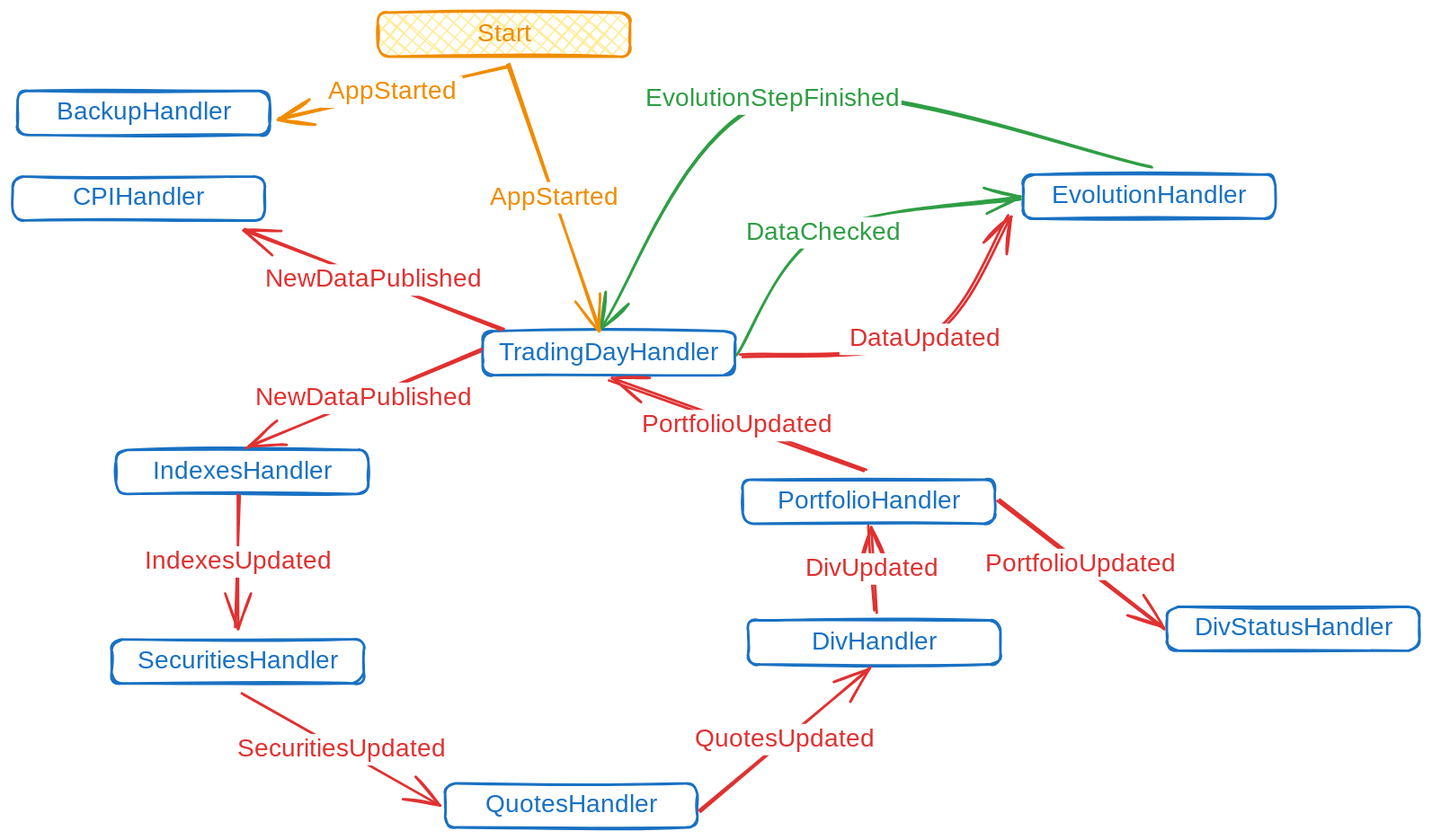
This is docs/.excalidraw.svg from WLM1ke/poptimizer, a Excalidraw export, as it was before one commit. Source tidied: one line per element, renumbered; positions are measured from the earlier drawing's top-left corner, leaving out a move shared by most shapes.
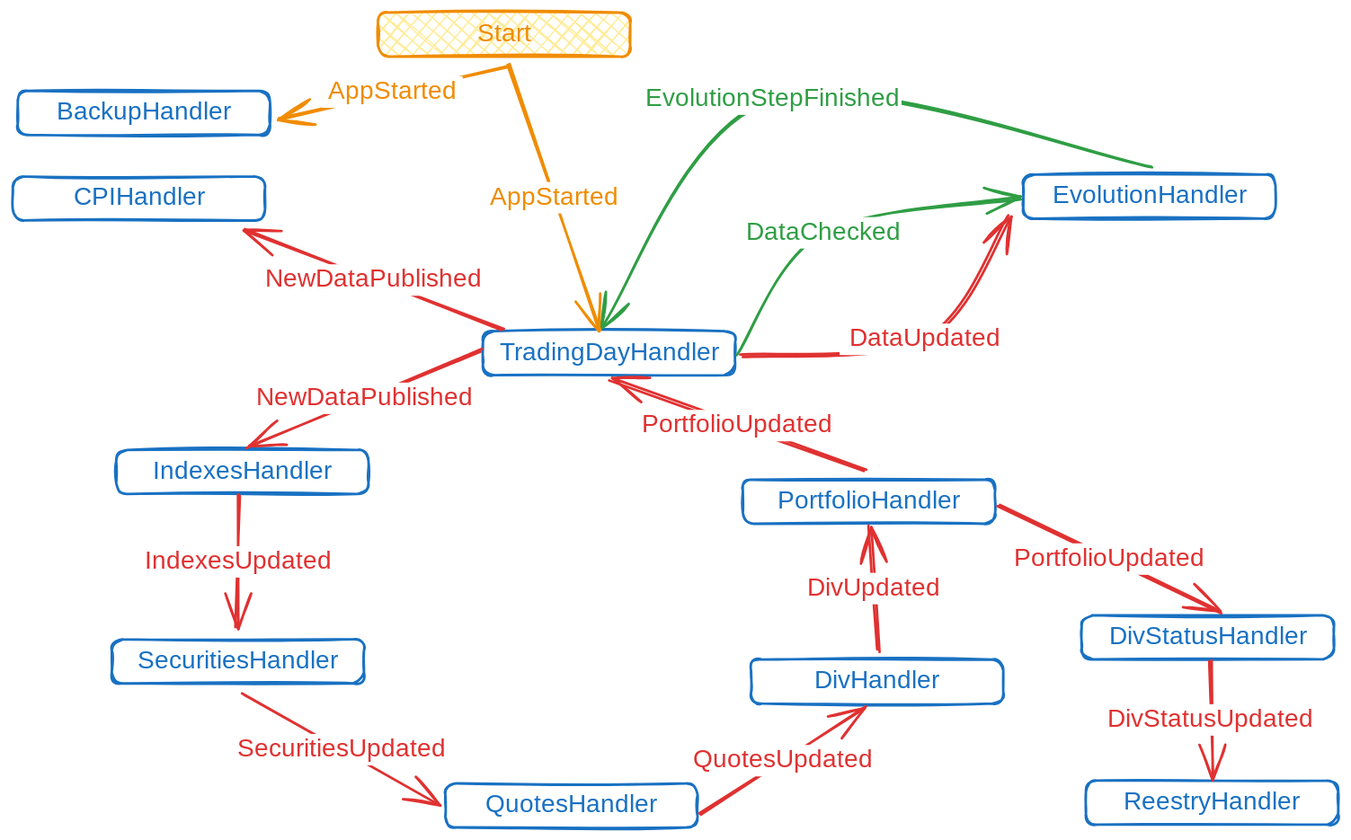
Above is the later version.

The edit, as a diff of the source:
```diff
@@ -32,17 +32,21 @@
 {"id": 31, "type": "text", "text": "AppStarted", "strokeColor": "#f08c00", "strokeWidth": 2, "roughness": 1, "fontSize": 20, "fontFamily": 1, "textAlign": "center", "verticalAlign": "middle", "inside": 30, "x": 374, "y": 135, "width": 112, "height": 25}
 {"id": 32, "type": "arrow", "strokeColor": "#f08c00", "strokeWidth": 2, "roughness": 1, "endArrowhead": "arrow", "round": true, "from": 28, "to": 26, "x": 393, "y": 42, "width": 182, "height": 42, "points": [[0, 0], [-182, 42]]}
 {"id": 33, "type": "text", "text": "AppStarted", "strokeColor": "#f08c00", "strokeWidth": 2, "roughness": 1, "fontSize": 20, "fontFamily": 1, "textAlign": "center", "verticalAlign": "middle", "inside": 32, "x": 262, "y": 47, "width": 112, "height": 25}
-{"id": 34, "type": "rectangle", "strokeColor": "#1971c2", "strokeWidth": 2, "roughness": 1, "round": true, "x": 585, "y": 483, "width": 200, "height": 35}
+{"id": 34, "type": "rectangle", "strokeColor": "#1971c2", "strokeWidth": 2, "roughness": 1, "round": true, "x": 587, "y": 514, "width": 200, "height": 35}
-{"id": 35, "type": "text", "text": "DivHandler", "strokeColor": "#1971c2", "strokeWidth": 2, "roughness": 1, "fontSize": 20, "fontFamily": 1, "textAlign": "center", "verticalAlign": "middle", "inside": 34, "x": 635, "y": 488, "width": 100, "height": 25}
+{"id": 35, "type": "text", "text": "DivHandler", "strokeColor": "#1971c2", "strokeWidth": 2, "roughness": 1, "fontSize": 20, "fontFamily": 1, "textAlign": "center", "verticalAlign": "middle", "inside": 34, "x": 637, "y": 519, "width": 100, "height": 25}
-{"id": 36, "type": "arrow", "strokeColor": "#e03131", "strokeWidth": 2, "roughness": 1, "endArrowhead": "arrow", "round": true, "from": 22, "to": 34, "x": 546, "y": 636, "width": 135, "height": 115, "points": [[0, 0], [135, -115]]}
+{"id": 36, "type": "arrow", "strokeColor": "#e03131", "strokeWidth": 2, "roughness": 1, "endArrowhead": "arrow", "round": true, "from": 22, "to": 34, "x": 546, "y": 638, "width": 132, "height": 86, "points": [[0, 0], [132, -86]]}
 {"id": 37, "type": "text", "text": "QuotesUpdated", "strokeColor": "#e03131", "strokeWidth": 2, "roughness": 1, "fontSize": 20, "fontFamily": 1, "textAlign": "center", "verticalAlign": "middle", "inside": 36, "x": 563, "y": 553, "width": 152, "height": 25}
 {"id": 38, "type": "rectangle", "strokeColor": "#1971c2", "strokeWidth": 2, "roughness": 1, "round": true, "x": 580, "y": 372, "width": 200, "height": 35}
 {"id": 39, "type": "text", "text": "PortfolioHandler", "strokeColor": "#1971c2", "strokeWidth": 2, "roughness": 1, "fontSize": 20, "fontFamily": 1, "textAlign": "center", "verticalAlign": "middle", "inside": 38, "x": 603, "y": 377, "width": 156, "height": 25}
-{"id": 40, "type": "arrow", "strokeColor": "#e03131", "strokeWidth": 2, "roughness": 1, "endArrowhead": "arrow", "round": true, "from": 34, "to": 38, "x": 685, "y": 477, "width": 5, "height": 68, "points": [[0, 0], [-5, -68]]}
+{"id": 40, "type": "arrow", "strokeColor": "#e03131", "strokeWidth": 2, "roughness": 1, "endArrowhead": "arrow", "round": true, "from": 34, "to": 38, "x": 688, "y": 508, "width": 7, "height": 99, "points": [[0, 0], [-7, -99]]}
 {"id": 41, "type": "text", "text": "DivUpdated", "strokeColor": "#e03131", "strokeWidth": 2, "roughness": 1, "fontSize": 20, "fontFamily": 1, "textAlign": "center", "verticalAlign": "middle", "inside": 40, "x": 627, "y": 430, "width": 113, "height": 25}
 {"id": 42, "type": "arrow", "strokeColor": "#e03131", "strokeWidth": 2, "roughness": 1, "endArrowhead": "arrow", "round": true, "from": 38, "to": 0, "x": 677, "y": 365, "width": 202, "height": 72, "points": [[0, 0], [-202, -72]]}
 {"id": 43, "type": "text", "text": "PortfolioUpdated", "strokeColor": "#e03131", "strokeWidth": 2, "roughness": 1, "fontSize": 20, "fontFamily": 1, "textAlign": "center", "verticalAlign": "middle", "inside": 42, "x": 492, "y": 316, "width": 168, "height": 25}
-{"id": 44, "type": "rectangle", "strokeColor": "#1971c2", "strokeWidth": 2, "roughness": 1, "round": true, "x": 918, "y": 473, "width": 200, "height": 35}
+{"id": 44, "type": "rectangle", "strokeColor": "#1971c2", "strokeWidth": 2, "roughness": 1, "round": true, "x": 850, "y": 479, "width": 200, "height": 35}
-{"id": 45, "type": "text", "text": "DivStatusHandler", "strokeColor": "#1971c2", "strokeWidth": 2, "roughness": 1, "fontSize": 20, "fontFamily": 1, "textAlign": "center", "verticalAlign": "middle", "inside": 44, "x": 932, "y": 478, "width": 171, "height": 25}
+{"id": 45, "type": "text", "text": "DivStatusHandler", "strokeColor": "#1971c2", "strokeWidth": 2, "roughness": 1, "fontSize": 20, "fontFamily": 1, "textAlign": "center", "verticalAlign": "middle", "inside": 44, "x": 864, "y": 484, "width": 171, "height": 25}
-{"id": 46, "type": "arrow", "strokeColor": "#e03131", "strokeWidth": 2, "roughness": 1, "endArrowhead": "arrow", "round": true, "from": 38, "to": 44, "x": 783, "y": 388, "width": 131, "height": 101, "points": [[0, 0], [131, 101]]}
+{"id": 46, "type": "arrow", "strokeColor": "#e03131", "strokeWidth": 2, "roughness": 1, "endArrowhead": "arrow", "round": true, "from": 38, "to": 44, "x": 783, "y": 392, "width": 177, "height": 84, "points": [[0, 0], [177, 84]]}
 {"id": 47, "type": "text", "text": "PortfolioUpdated", "strokeColor": "#e03131", "strokeWidth": 2, "roughness": 1, "fontSize": 20, "fontFamily": 1, "textAlign": "center", "verticalAlign": "middle", "inside": 46, "x": 744, "y": 416, "width": 168, "height": 25}
+{"id": 48, "type": "rectangle", "strokeColor": "#1971c2", "strokeWidth": 2, "roughness": 1, "round": true, "x": 853, "y": 611, "width": 200, "height": 35}
+{"id": 49, "type": "text", "text": "ReestryHandler", "strokeColor": "#1971c2", "strokeWidth": 2, "roughness": 1, "fontSize": 20, "fontFamily": 1, "textAlign": "center", "verticalAlign": "middle", "inside": 48, "x": 880, "y": 616, "width": 145, "height": 25}
+{"id": 50, "type": "arrow", "strokeColor": "#e03131", "strokeWidth": 2, "roughness": 1, "endArrowhead": "arrow", "round": true, "from": 44, "to": 48, "x": 951, "y": 515, "width": 2, "height": 95, "points": [[0, 0], [2, 95]]}
+{"id": 51, "type": "text", "text": "DivStatusUpdated", "strokeColor": "#e03131", "strokeWidth": 2, "roughness": 1, "fontSize": 20, "fontFamily": 1, "textAlign": "center", "verticalAlign": "middle", "inside": 50, "x": 861, "y": 550, "width": 183, "height": 25}
```
